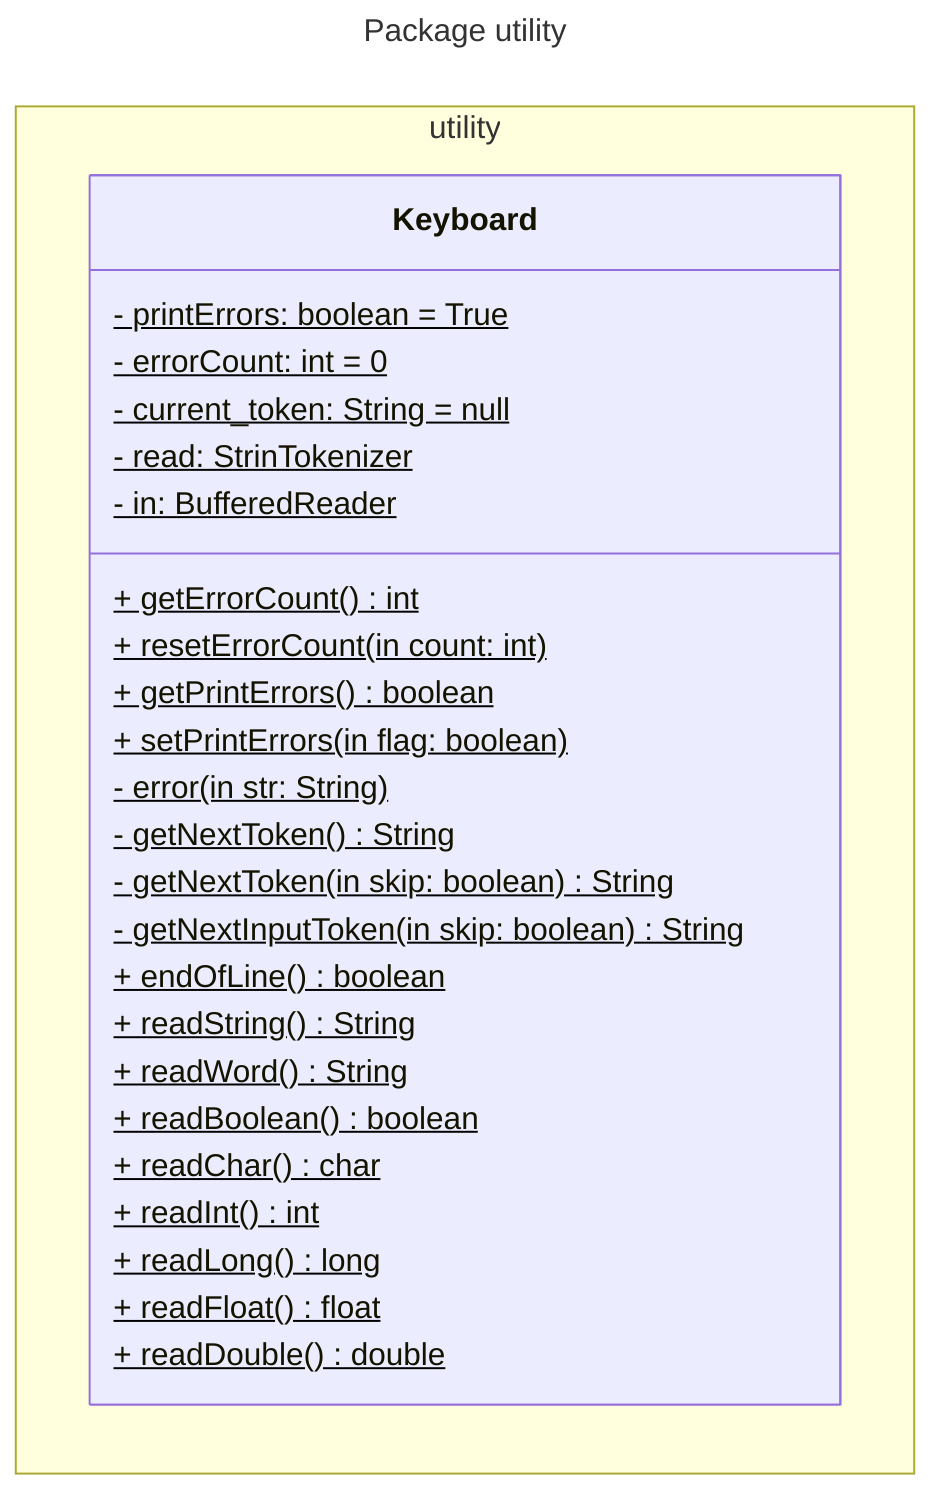
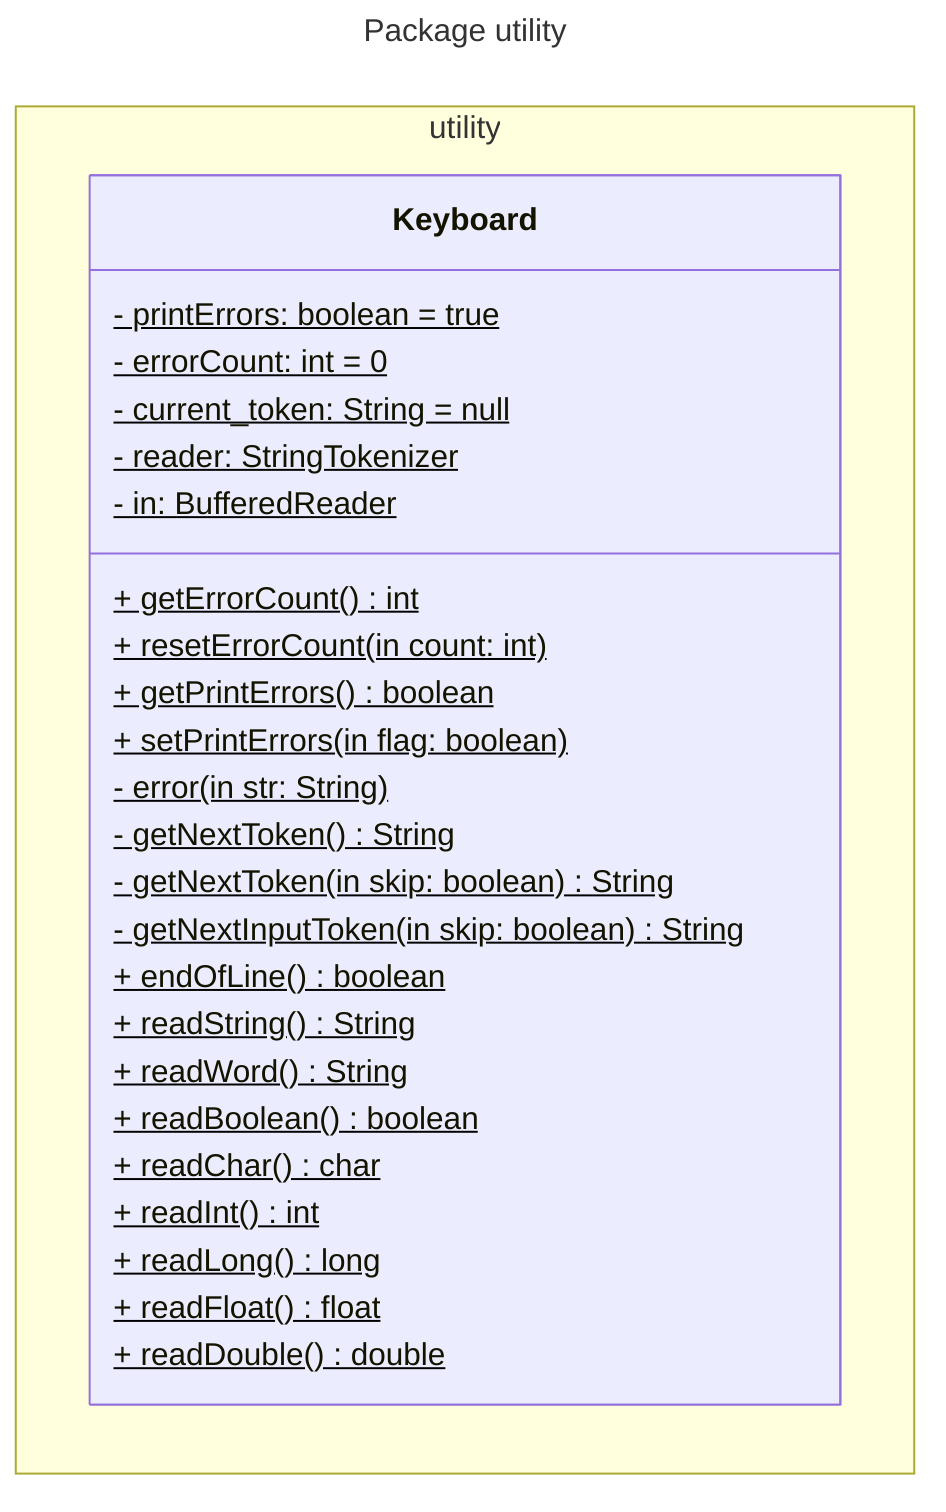
---
title: Package utility
---

classDiagram
namespace utility {
  class Keyboard
}

class Keyboard {
-   - printErrors: boolean = True $
+   - printErrors: boolean = true $
  - errorCount: int = 0 $
  - current_token: String = null $
-   - read: StrinTokenizer $
+   - reader: StringTokenizer $
  - in: BufferedReader $
  + getErrorCount() int$
  + resetErrorCount(in count: int)$
  + getPrintErrors() boolean$
  + setPrintErrors(in flag: boolean)$
  - error(in str: String)$
  - getNextToken() String$
  - getNextToken(in skip: boolean) String$
  - getNextInputToken(in skip: boolean) String$
  + endOfLine() boolean$
  + readString() String$
  + readWord() String$
  + readBoolean() boolean$
  + readChar() char$
  + readInt() int$
  + readLong() long$
  + readFloat() float$
  + readDouble() double$
}


